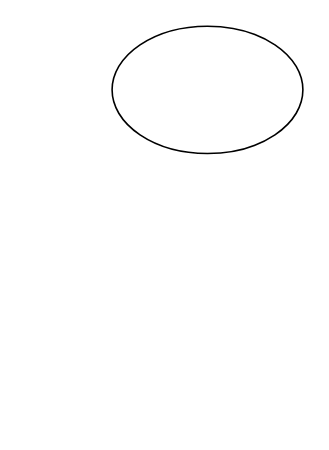
Before: Biểu đồ không có tiêu đề.drawio in adiaga006/HomeMarket, a draw.io diagram. Source tidied: cells renumbered, new cells numbered last; positions are measured from the earlier drawing's top-left corner, leaving out a move shared by most shapes. Both pictures are drawn from the tidied source at 159%, with x=0, y=0 at pixel (111, 25).
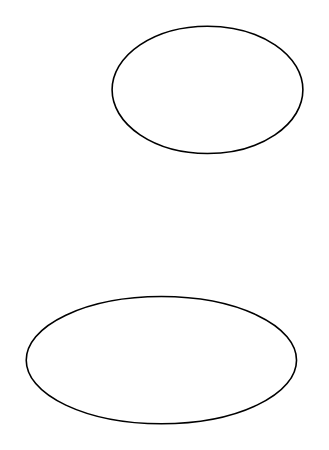
The same diagram, later.

The edit, as a diff of the source:
```diff
@@
 <mxGraphModel>
   <root>
     <mxCell id="0" />
     <mxCell id="1" parent="0" />
     <mxCell id="2" style="ellipse;whiteSpace=wrap;html=1;" parent="1" vertex="1">
       <mxGeometry width="120" height="80" as="geometry" />
     </mxCell>
+    <mxCell id="3" style="ellipse;whiteSpace=wrap;html=1;" parent="1" vertex="1">
+      <mxGeometry x="-54" y="170" width="170" height="80" as="geometry" />
+    </mxCell>
   </root>
 </mxGraphModel>
```
